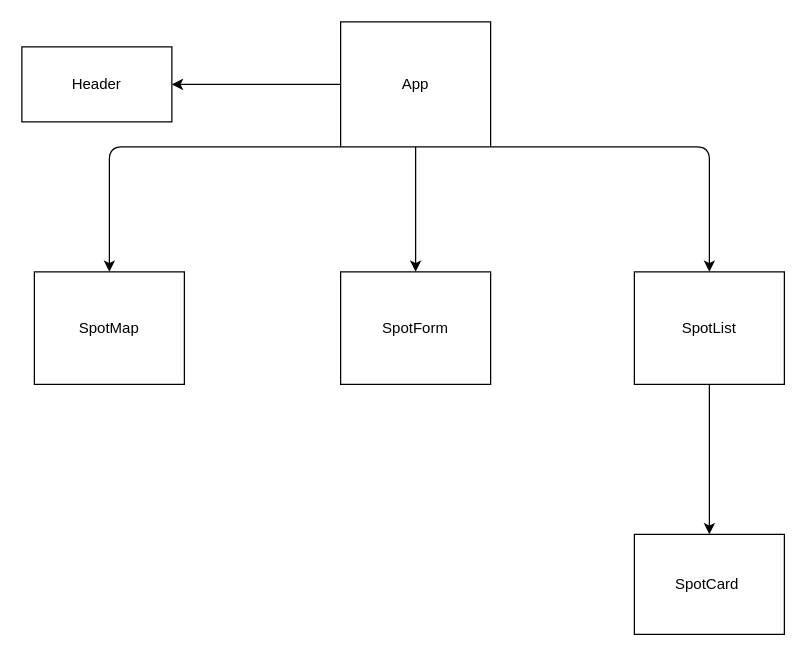
Earlier version of the draw.io diagram Tree.drawio (Oscar-/Phase-2-Project). Source tidied: cells renumbered, new cells numbered last; positions are measured from the earlier drawing's top-left corner, leaving out a move shared by most shapes. Both pictures are drawn from the tidied source at 125%, with x=0, y=0 at pixel (21, 21).
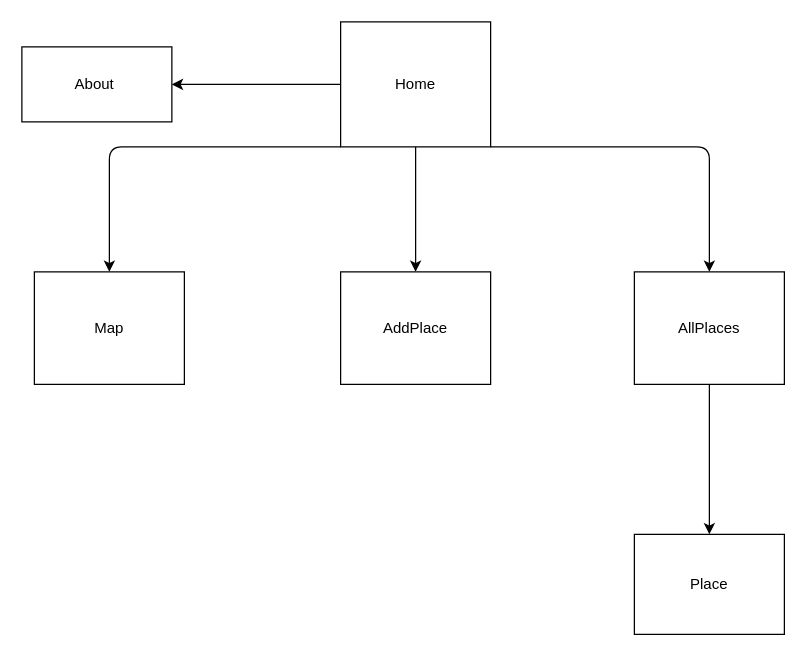
The same diagram, later.

Commit message (it also covers changes not shown here):
added CSS, json Data & built tree diagram

Change to the diagram source:
```diff
@@
 <mxGraphModel>
   <root>
     <mxCell id="0" />
     <mxCell id="1" parent="0" />
     <mxCell id="2" style="edgeStyle=none;html=1;exitX=0;exitY=0.5;exitDx=0;exitDy=0;entryX=1;entryY=0.5;entryDx=0;entryDy=0;" parent="1" edge="1" source="6" target="10">
       <mxGeometry relative="1" as="geometry" />
     </mxCell>
     <mxCell id="3" style="edgeStyle=none;html=1;exitX=0;exitY=1;exitDx=0;exitDy=0;entryX=0.5;entryY=0;entryDx=0;entryDy=0;" parent="1" edge="1" source="6" target="12">
       <mxGeometry relative="1" as="geometry">
         <Array as="points">
           <mxPoint x="70" y="100" />
         </Array>
       </mxGeometry>
     </mxCell>
     <mxCell id="4" style="edgeStyle=none;html=1;exitX=0.5;exitY=1;exitDx=0;exitDy=0;entryX=0.5;entryY=0;entryDx=0;entryDy=0;" parent="1" edge="1" source="6" target="11">
       <mxGeometry relative="1" as="geometry" />
     </mxCell>
     <mxCell id="5" style="edgeStyle=none;html=1;exitX=1;exitY=1;exitDx=0;exitDy=0;entryX=0.5;entryY=0;entryDx=0;entryDy=0;" parent="1" edge="1" source="6" target="8">
       <mxGeometry relative="1" as="geometry">
         <Array as="points">
           <mxPoint x="550" y="100" />
         </Array>
       </mxGeometry>
     </mxCell>
-    <mxCell id="6" value="App" style="whiteSpace=wrap;html=1;" parent="1" vertex="1">
+    <mxCell id="6" value="Home" style="whiteSpace=wrap;html=1;" parent="1" vertex="1">
       <mxGeometry x="255" width="120" height="100" as="geometry" />
     </mxCell>
     <mxCell id="7" style="edgeStyle=none;html=1;exitX=0.5;exitY=1;exitDx=0;exitDy=0;entryX=0.5;entryY=0;entryDx=0;entryDy=0;" parent="1" edge="1" source="8" target="9">
       <mxGeometry relative="1" as="geometry" />
     </mxCell>
-    <mxCell id="8" value="SpotList" style="whiteSpace=wrap;html=1;" parent="1" vertex="1">
+    <mxCell id="8" value="AllPlaces" style="whiteSpace=wrap;html=1;" parent="1" vertex="1">
       <mxGeometry x="490" y="200" width="120" height="90" as="geometry" />
     </mxCell>
-    <mxCell id="9" value="SpotCard&amp;nbsp;" style="whiteSpace=wrap;html=1;" parent="1" vertex="1">
+    <mxCell id="9" value="Place" style="whiteSpace=wrap;html=1;" parent="1" vertex="1">
       <mxGeometry x="490" y="410" width="120" height="80" as="geometry" />
     </mxCell>
-    <mxCell id="10" value="Header" style="whiteSpace=wrap;html=1;" parent="1" vertex="1">
+    <mxCell id="10" value="About&amp;nbsp;" style="whiteSpace=wrap;html=1;" parent="1" vertex="1">
       <mxGeometry y="20" width="120" height="60" as="geometry" />
     </mxCell>
-    <mxCell id="11" value="SpotForm" style="whiteSpace=wrap;html=1;" parent="1" vertex="1">
+    <mxCell id="11" value="AddPlace" style="whiteSpace=wrap;html=1;" parent="1" vertex="1">
       <mxGeometry x="255" y="200" width="120" height="90" as="geometry" />
     </mxCell>
-    <mxCell id="12" value="SpotMap" style="whiteSpace=wrap;html=1;" parent="1" vertex="1">
+    <mxCell id="12" value="Map" style="whiteSpace=wrap;html=1;" parent="1" vertex="1">
       <mxGeometry x="10" y="200" width="120" height="90" as="geometry" />
     </mxCell>
   </root>
 </mxGraphModel>
```
